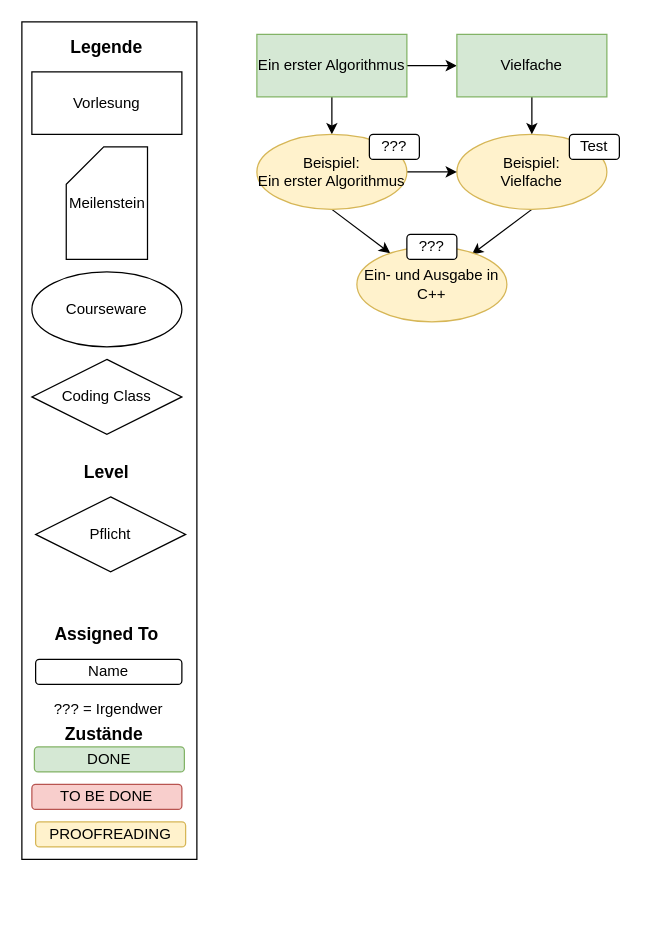
Earlier version of the draw.io diagram AuD Inhalt.drawio (mbrinkmeier/AudInhalt). Source tidied: cells renumbered, new cells numbered last; positions are measured from the earlier drawing's top-left corner, leaving out a move shared by most shapes. Both pictures are drawn from the tidied source at 125%, with x=0, y=0 at pixel (21, 21).
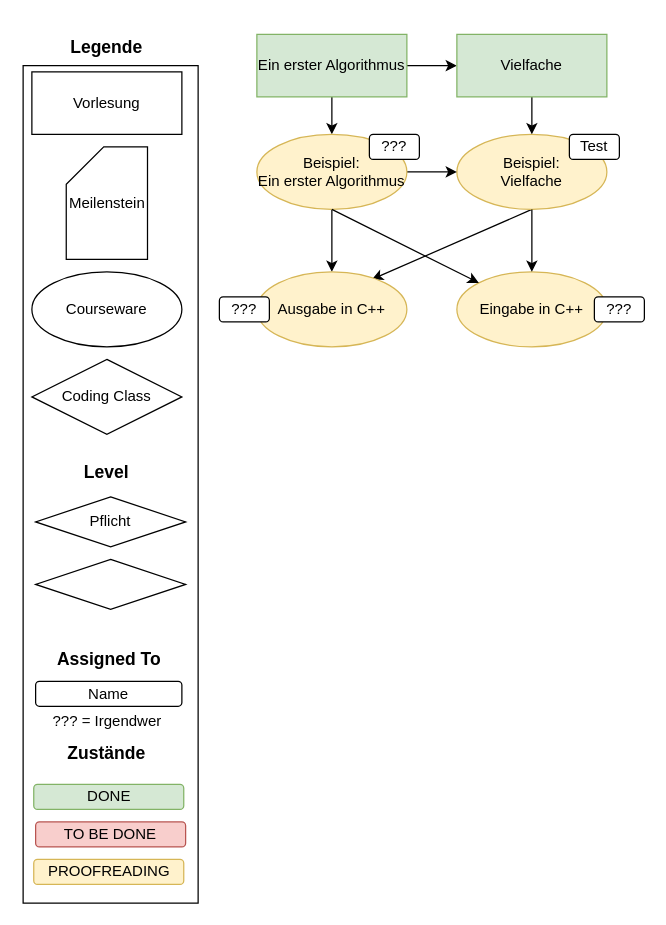
Above is the later version.

Diff of the diagram source:
```diff
@@
     <mxCell id="2" style="rounded=0;whiteSpace=wrap;html=1;fillColor=none;" parent="1" vertex="1">
-      <mxGeometry width="140" height="670" as="geometry" />
+      <mxGeometry x="1" y="35" width="140" height="670" as="geometry" />
     </mxCell>
@@
     <mxCell id="7" value="Name" style="rounded=1;whiteSpace=wrap;html=1;" parent="1" vertex="1">
-      <mxGeometry x="11" y="510" width="117" height="20" as="geometry" />
+      <mxGeometry x="11" y="527.5" width="117" height="20" as="geometry" />
     </mxCell>
@@
     <mxCell id="9" value="DONE" style="rounded=1;whiteSpace=wrap;html=1;fillColor=#d5e8d4;strokeColor=#82b366;" parent="1" vertex="1">
-      <mxGeometry x="10" y="580" width="120" height="20" as="geometry" />
+      <mxGeometry x="9.5" y="610" width="120" height="20" as="geometry" />
     </mxCell>
     <mxCell id="10" value="TO BE DONE" style="rounded=1;whiteSpace=wrap;html=1;fillColor=#f8cecc;strokeColor=#b85450;" parent="1" vertex="1">
-      <mxGeometry x="8" y="610" width="120" height="20" as="geometry" />
+      <mxGeometry x="11" y="640" width="120" height="20" as="geometry" />
     </mxCell>
     <mxCell id="11" value="PROOFREADING" style="rounded=1;whiteSpace=wrap;html=1;fillColor=#fff2cc;strokeColor=#d6b656;" parent="1" vertex="1">
-      <mxGeometry x="11" y="640" width="120" height="20" as="geometry" />
+      <mxGeometry x="9.5" y="670" width="120" height="20" as="geometry" />
     </mxCell>
@@
-    <mxCell id="20" value="Ein- und Ausgabe in C++" style="ellipse;whiteSpace=wrap;html=1;fillColor=#fff2cc;strokeColor=#d6b656;" parent="1" vertex="1">
-      <mxGeometry x="268" y="180" width="120" height="60" as="geometry" />
+    <mxCell id="20" value="Ausgabe in C++" style="ellipse;whiteSpace=wrap;html=1;fillColor=#fff2cc;strokeColor=#d6b656;" parent="1" vertex="1">
+      <mxGeometry x="188" y="200" width="120" height="60" as="geometry" />
     </mxCell>
@@
     <mxCell id="23" value="&lt;b&gt;&lt;font style=&quot;font-size: 14px&quot;&gt;Zustände&lt;/font&gt;&lt;/b&gt;" style="text;html=1;strokeColor=none;fillColor=none;align=center;verticalAlign=middle;whiteSpace=wrap;rounded=0;" parent="1" vertex="1">
-      <mxGeometry x="35.5" y="560" width="60" height="20" as="geometry" />
+      <mxGeometry x="38" y="575" width="60" height="20" as="geometry" />
     </mxCell>
     <mxCell id="24" value="&lt;b&gt;&lt;font style=&quot;font-size: 14px&quot;&gt;Assigned To&lt;/font&gt;&lt;/b&gt;" style="text;html=1;strokeColor=none;fillColor=none;align=center;verticalAlign=middle;whiteSpace=wrap;rounded=0;" parent="1" vertex="1">
-      <mxGeometry x="8" y="480" width="120" height="20" as="geometry" />
+      <mxGeometry x="9.5" y="500" width="120" height="20" as="geometry" />
     </mxCell>
     <mxCell id="25" value="??? = Irgendwer" style="text;html=1;strokeColor=none;fillColor=none;align=center;verticalAlign=middle;whiteSpace=wrap;rounded=0;" parent="1" vertex="1">
-      <mxGeometry x="11" y="540" width="117" height="20" as="geometry" />
+      <mxGeometry x="9.5" y="550" width="117" height="20" as="geometry" />
     </mxCell>
@@
     <mxCell id="27" value="Pflicht" style="rhombus;whiteSpace=wrap;html=1;" parent="1" vertex="1">
-      <mxGeometry x="11" y="380" width="120" height="60" as="geometry" />
+      <mxGeometry x="11" y="380" width="120" height="40" as="geometry" />
     </mxCell>
+    <mxCell id="32" style="rhombus;whiteSpace=wrap;html=1;" parent="1" vertex="1">
+      <mxGeometry x="11" y="430" width="120" height="40" as="geometry" />
+    </mxCell>
+    <mxCell id="33" value="Eingabe in C++" style="ellipse;whiteSpace=wrap;html=1;fillColor=#fff2cc;strokeColor=#d6b656;" parent="1" vertex="1">
+      <mxGeometry x="348" y="200" width="120" height="60" as="geometry" />
+    </mxCell>
+    <mxCell id="34" style="edgeStyle=orthogonalEdgeStyle;rounded=0;orthogonalLoop=1;jettySize=auto;html=1;exitX=0.5;exitY=1;exitDx=0;exitDy=0;" parent="1" edge="1" source="33" target="33">
+      <mxGeometry relative="1" as="geometry" />
+    </mxCell>
+    <mxCell id="35" style="edgeStyle=none;rounded=0;orthogonalLoop=1;jettySize=auto;html=1;entryX=0.5;entryY=0;entryDx=0;entryDy=0;" parent="1" edge="1">
+      <mxGeometry relative="1" as="geometry">
+        <mxPoint x="408" y="150" as="sourcePoint" />
+        <mxPoint x="408" y="200" as="targetPoint" />
+      </mxGeometry>
+    </mxCell>
+    <mxCell id="36" style="rounded=0;orthogonalLoop=1;jettySize=auto;html=1;exitX=0.5;exitY=1;exitDx=0;exitDy=0;entryX=0;entryY=0;entryDx=0;entryDy=0;" parent="1" edge="1">
+      <mxGeometry relative="1" as="geometry">
+        <mxPoint x="248" y="150" as="sourcePoint" />
+        <mxPoint x="365.6" y="208.8" as="targetPoint" />
+      </mxGeometry>
+    </mxCell>
@@
     <mxCell id="30" value="???" style="rounded=1;whiteSpace=wrap;html=1;" parent="28" vertex="1">
-      <mxGeometry x="308" y="170" width="40" height="20" as="geometry" />
+      <mxGeometry x="158" y="220" width="40" height="20" as="geometry" />
     </mxCell>
@@
+    <mxCell id="37" value="???" style="rounded=1;whiteSpace=wrap;html=1;" parent="28" vertex="1">
+      <mxGeometry x="458" y="220" width="40" height="20" as="geometry" />
+    </mxCell>
```
